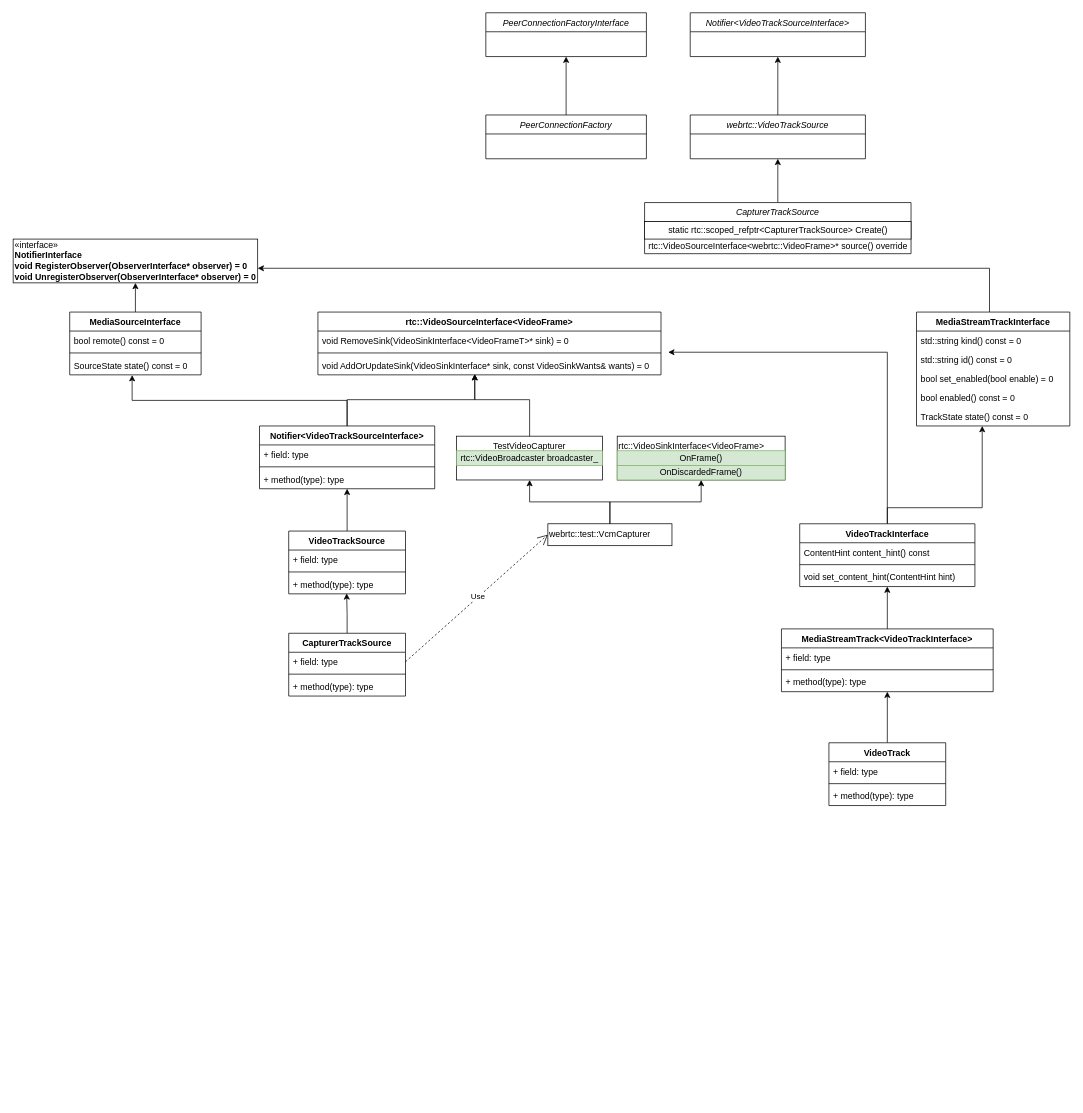
Before: webrtc类图/Untitled Diagram.drawio in Aries1989/draw.io.s, a draw.io diagram. Source tidied: cells renumbered, new cells numbered last; positions are measured from the earlier drawing's top-left corner, leaving out a move shared by most shapes. Both pictures are drawn from the tidied source at 73%, with x=0, y=0 at pixel (12, 12).
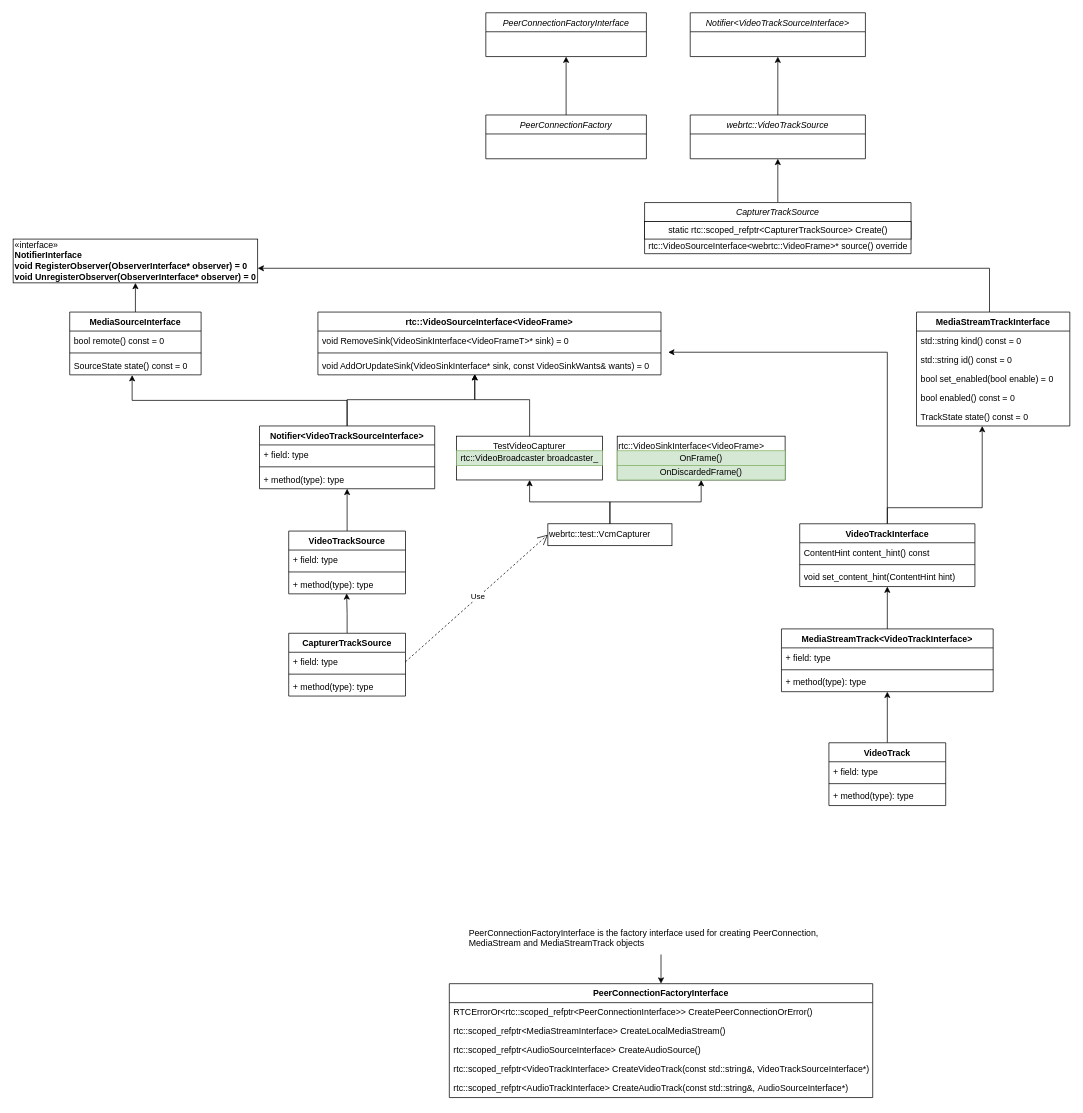
Above is the later version.

What changed in the source:
```diff
@@
+    <mxCell id="71" value="PeerConnectionFactoryInterface" style="swimlane;fontStyle=1;align=center;verticalAlign=top;horizontal=1;startSize=26;" parent="1" vertex="1">
+      <mxGeometry x="598" y="1330" width="580" height="156" as="geometry" />
+    </mxCell>
+    <mxCell id="72" value="RTCErrorOr&lt;rtc::scoped_refptr&lt;PeerConnectionInterface&gt;&gt; CreatePeerConnectionOrError()" style="text;strokeColor=none;fillColor=none;align=left;verticalAlign=top;spacingLeft=4;spacingRight=4;overflow=hidden;fontStyle=0;" parent="71" vertex="1">
+      <mxGeometry y="26" width="580" height="26" as="geometry" />
+    </mxCell>
+    <mxCell id="73" value="rtc::scoped_refptr&lt;MediaStreamInterface&gt; CreateLocalMediaStream()" style="text;strokeColor=none;fillColor=none;align=left;verticalAlign=top;spacingLeft=4;spacingRight=4;overflow=hidden;" parent="71" vertex="1">
+      <mxGeometry y="52" width="580" height="26" as="geometry" />
+    </mxCell>
+    <mxCell id="74" value="rtc::scoped_refptr&lt;AudioSourceInterface&gt; CreateAudioSource()" style="text;strokeColor=none;fillColor=none;align=left;verticalAlign=top;spacingLeft=4;spacingRight=4;overflow=hidden;" parent="71" vertex="1">
+      <mxGeometry y="78" width="580" height="26" as="geometry" />
+    </mxCell>
+    <mxCell id="75" value="rtc::scoped_refptr&lt;VideoTrackInterface&gt; CreateVideoTrack(const std::string&amp;, VideoTrackSourceInterface*)" style="text;strokeColor=none;fillColor=none;align=left;verticalAlign=top;spacingLeft=4;spacingRight=4;overflow=hidden;" parent="71" vertex="1">
+      <mxGeometry y="104" width="580" height="26" as="geometry" />
+    </mxCell>
+    <mxCell id="76" value="rtc::scoped_refptr&lt;AudioTrackInterface&gt; CreateAudioTrack(const std::string&amp;, AudioSourceInterface*)" style="text;strokeColor=none;fillColor=none;align=left;verticalAlign=top;spacingLeft=4;spacingRight=4;overflow=hidden;" parent="71" vertex="1">
+      <mxGeometry y="130" width="580" height="26" as="geometry" />
+    </mxCell>
+    <mxCell id="77" style="edgeStyle=orthogonalEdgeStyle;rounded=0;jumpStyle=none;jettySize=auto;html=1;entryX=0.5;entryY=0;entryDx=0;entryDy=0;" parent="1" edge="1" source="78" target="71">
+      <mxGeometry relative="1" as="geometry" />
+    </mxCell>
+    <mxCell id="78" value="PeerConnectionFactoryInterface is the factory interface used for creating&amp;nbsp;PeerConnection, MediaStream and MediaStreamTrack objects&lt;br&gt;&lt;b&gt;&lt;br&gt;&lt;/b&gt;" style="text;html=1;strokeColor=none;fillColor=none;align=left;verticalAlign=middle;whiteSpace=wrap;rounded=0;" parent="1" vertex="1">
+      <mxGeometry x="623" y="1260" width="530" height="30" as="geometry" />
+    </mxCell>
```
